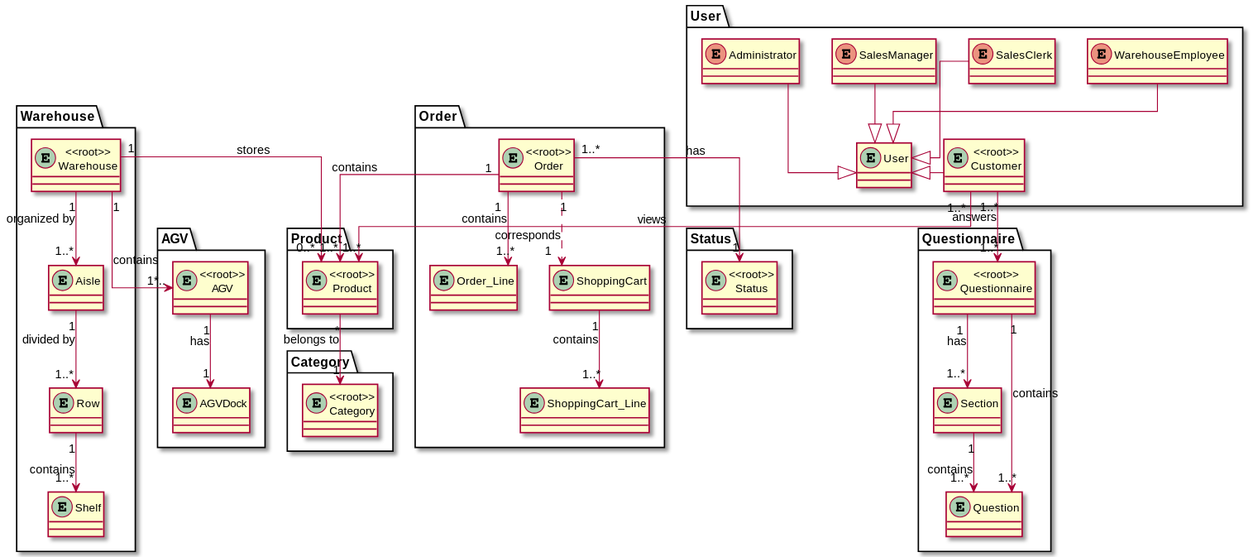
This is Documentação/Geral/ModeloDomínio/DM.svg from Pedromaia26/LAPR4-ISEP, a PlantUML export, as it was before one commit. Source of this version:
```plantuml
@startuml Modelo de domínio


skinparam linetype ortho

package Product{
  entity "<<root>>\nProduct"
}

package User{
  entity "<<root>>\nCustomer"
  entity User
  enum WarehouseEmployee
  enum SalesClerk
  enum SalesManager
  enum Administrator
}

package Questionnaire{
  entity "<<root>>\nQuestionnaire"
  entity Section
  entity Question
}

package Warehouse{
  entity "<<root>>\nWarehouse"
  entity Aisle
  entity Row
  entity Shelf
}

package AGV{
    entity "<<root>>\nAGV"
    entity AGVDock
}

package Category{
    entity "<<root>>\nCategory"
}


package Status{
    entity "<<root>>\nStatus"
}

package Order{
  entity "<<root>>\nOrder"
  entity ShoppingCart_Line
  entity Order_Line
  entity ShoppingCart
}



"<<root>>\nCustomer" -left--|> User
WarehouseEmployee --|> User
SalesClerk --|> User
SalesManager --|> User
Administrator --|> User
"<<root>>\nCustomer" "1..*" --> "1..*" "<<root>>\nProduct": views
"<<root>>\nProduct" "*" --> "1"  "<<root>>\nCategory" : belongs to
"<<root>>\nOrder" "1" ..> "1" ShoppingCart : corresponds
ShoppingCart "1" --> "1..*" ShoppingCart_Line : contains
"<<root>>\nOrder" "1..*" --> "1" "<<root>>\nStatus" : has
"<<root>>\nWarehouse" "1" --> "0..*" "<<root>>\nProduct" : stores
"<<root>>\nQuestionnaire" "1" --> "1..*" Question : contains
"<<root>>\nQuestionnaire" "1" --> "1..*" Section : has
Section "1" --> "1..*" Question : contains
"<<root>>\nWarehouse" "1" --> "1*.." "<<root>>\nAGV" : contains
"<<root>>\nCustomer" "1..*" --> "1..*" "<<root>>\nQuestionnaire" : answers
"<<root>>\nWarehouse" "1" --> "1..*" Aisle : organized by
"<<root>>\nAGV" "1" --> "1" AGVDock : has
Aisle "1" --> "1..*" Row : divided by
Row "1" --> "1..*" Shelf  : contains
"<<root>>\nOrder" "1" --> "1..*" "<<root>>\nProduct" : contains
"<<root>>\nOrder" "1" --> "1..*" Order_Line : contains






@enduml
```
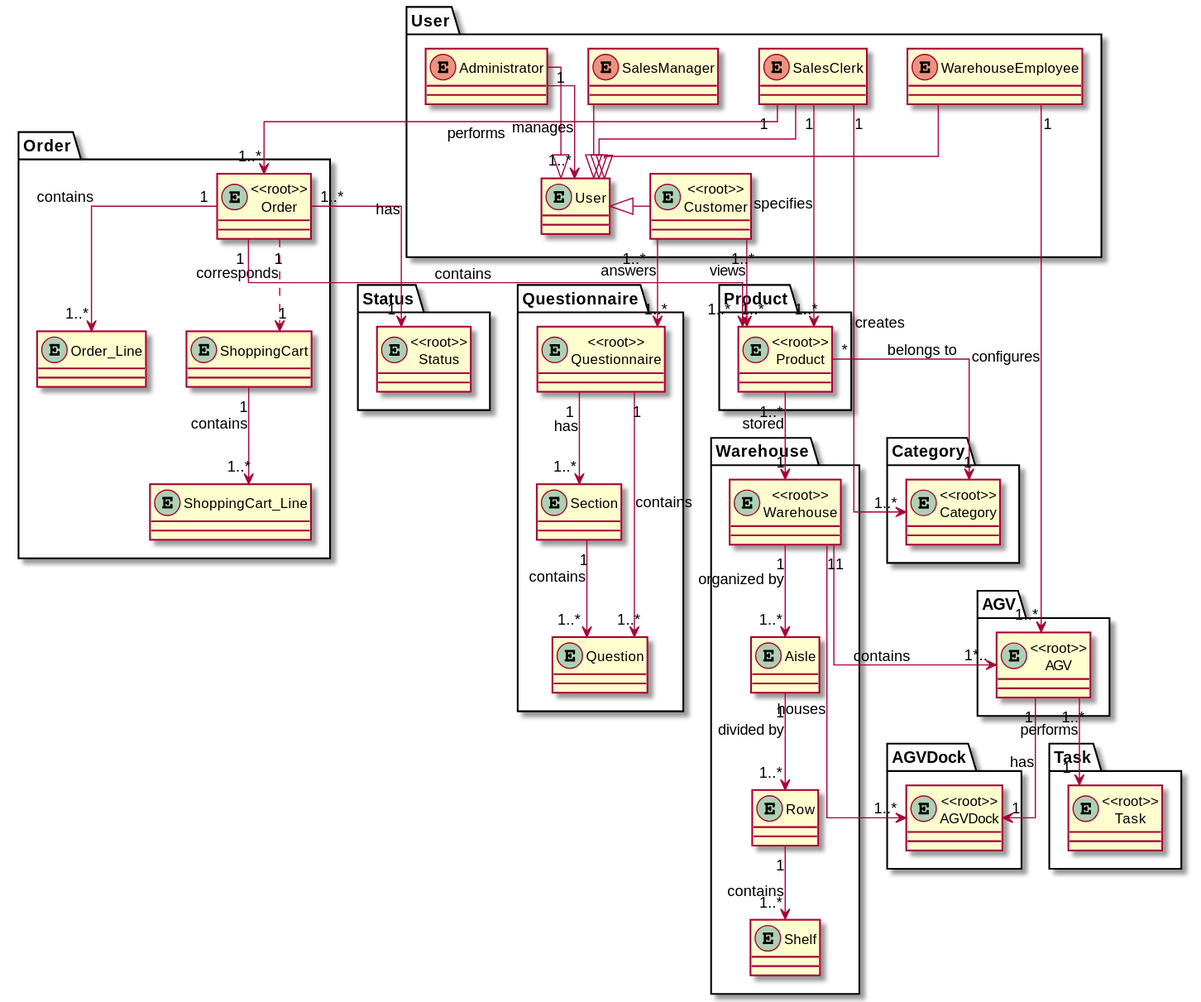
After the change.

Diff of the diagram source:
```diff
@@ -14,6 +14,7 @@
   enum SalesClerk
   enum SalesManager
   enum Administrator
+
 }
 
 package Questionnaire{
@@ -31,7 +32,6 @@
 
 package AGV{
     entity "<<root>>\nAGV"
-    entity AGVDock
 }
 
 package Category{
@@ -40,7 +40,7 @@
 
 
 package Status{
-    entity "<<root>>\nStatus"
+        entity "<<root>>\nStatus"
 }
 
 package Order{
@@ -49,6 +49,18 @@
   entity Order_Line
   entity ShoppingCart
 }
+package AGVDock{
+  entity "<<root>>\nAGVDock"
+}
+
+package Category{
+  entity "<<root>>\nCategory"
+}
+
+package Task{
+  entity "<<root>>\nTask"
+}
+
 
 
 
@@ -62,20 +74,25 @@
 "<<root>>\nOrder" "1" ..> "1" ShoppingCart : corresponds
 ShoppingCart "1" --> "1..*" ShoppingCart_Line : contains
 "<<root>>\nOrder" "1..*" --> "1" "<<root>>\nStatus" : has
-"<<root>>\nWarehouse" "1" --> "0..*" "<<root>>\nProduct" : stores
+"<<root>>\nProduct" "1..*" --> "1" "<<root>>\nWarehouse" : stored
 "<<root>>\nQuestionnaire" "1" --> "1..*" Question : contains
 "<<root>>\nQuestionnaire" "1" --> "1..*" Section : has
 Section "1" --> "1..*" Question : contains
 "<<root>>\nWarehouse" "1" --> "1*.." "<<root>>\nAGV" : contains
 "<<root>>\nCustomer" "1..*" --> "1..*" "<<root>>\nQuestionnaire" : answers
 "<<root>>\nWarehouse" "1" --> "1..*" Aisle : organized by
-"<<root>>\nAGV" "1" --> "1" AGVDock : has
+"<<root>>\nAGV" "1" --> "1" "<<root>>\nAGVDock" : has
 Aisle "1" --> "1..*" Row : divided by
 Row "1" --> "1..*" Shelf  : contains
 "<<root>>\nOrder" "1" --> "1..*" "<<root>>\nProduct" : contains
 "<<root>>\nOrder" "1" --> "1..*" Order_Line : contains
-
-
+"<<root>>\nAGV" "1..*" --> "1" "<<root>>\nTask": performs
+SalesClerk "1" --> "1..*" "<<root>>\nProduct": specifies
+SalesClerk "1" --> "1..*" "<<root>>\nCategory": creates
+SalesClerk "1" --> "1..*" "<<root>>\nOrder": performs
+Administrator "1" --> "1..*" User: manages
+"<<root>>\nWarehouse" "1" --> "1..*" "<<root>>\nAGVDock": houses
+WarehouseEmployee "1" --> "1..*" "<<root>>\nAGV": configures
 
 
 
```
